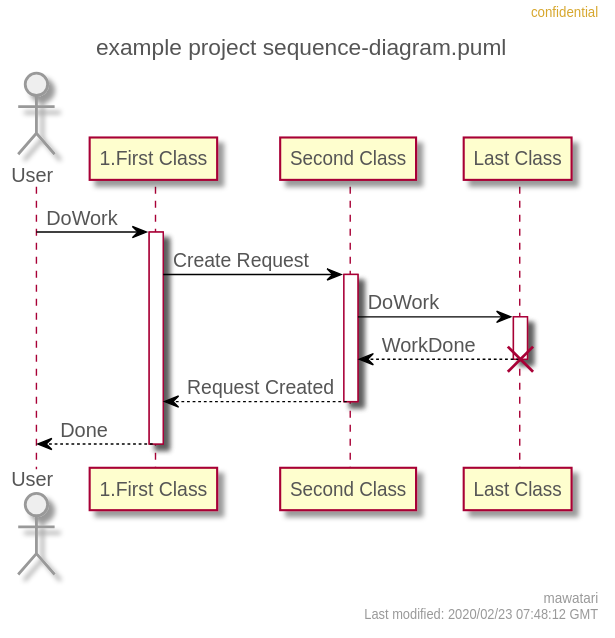
mawatari/example-project-uml keeps this PlantUML diagram as sequence-diagram.svg. Above is the earlier version.
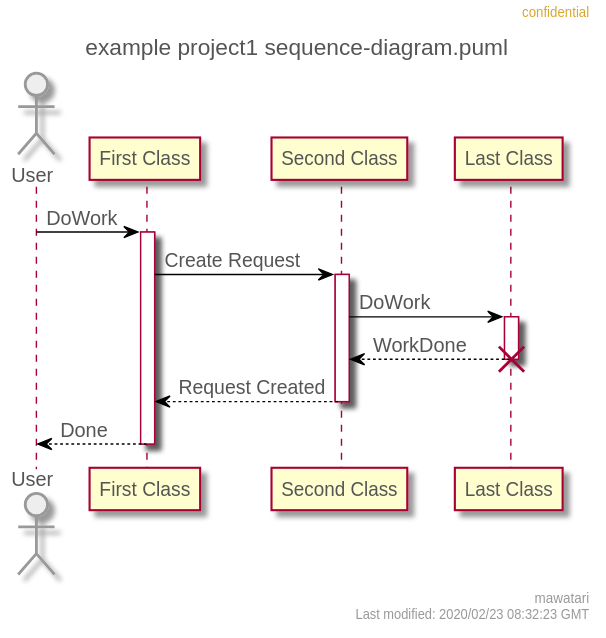
Above is the later version.

Commit message:
Automatically generated PlantUML images.

Change to the diagram source:
```diff
@@ -43,11 +43,11 @@
   DiamondBorderColor #999999
 }
 right header confidential
-right footer mawatari\nLast modified: 2020/02/23 07:48:12 GMT
-title example project sequence-diagram.puml
+right footer mawatari\nLast modified: 2020/02/23 08:32:23 GMT
+title example project1 sequence-diagram.puml
 
 actor User
-participant "1.First Class" as A
+participant "First Class" as A
 participant "Second Class" as B
 participant "Last Class" as C
 
```
